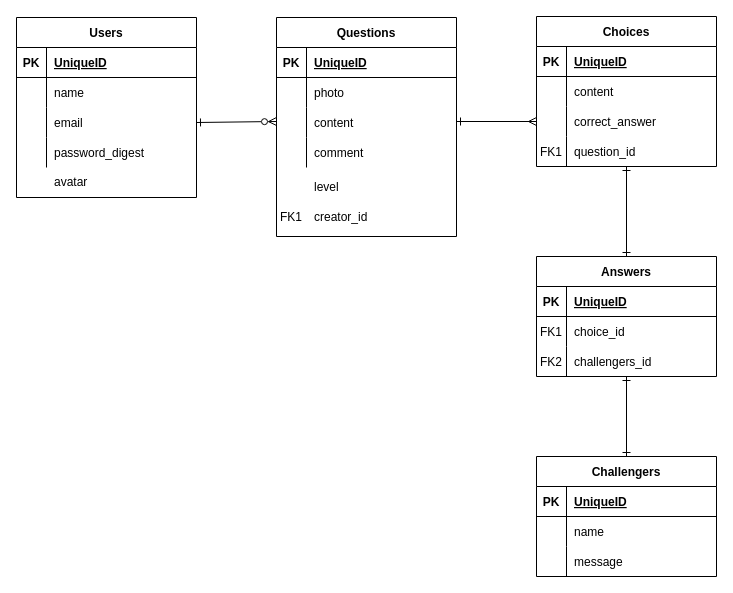
Earlier version of the draw.io diagram ER.drawio (yamashita-a420/welcome_quiz). Source tidied: cells renumbered, new cells numbered last; positions are measured from the earlier drawing's top-left corner, leaving out a move shared by most shapes. Both pictures are drawn from the tidied source at 100%, with x=0, y=0 at pixel (16, 16).
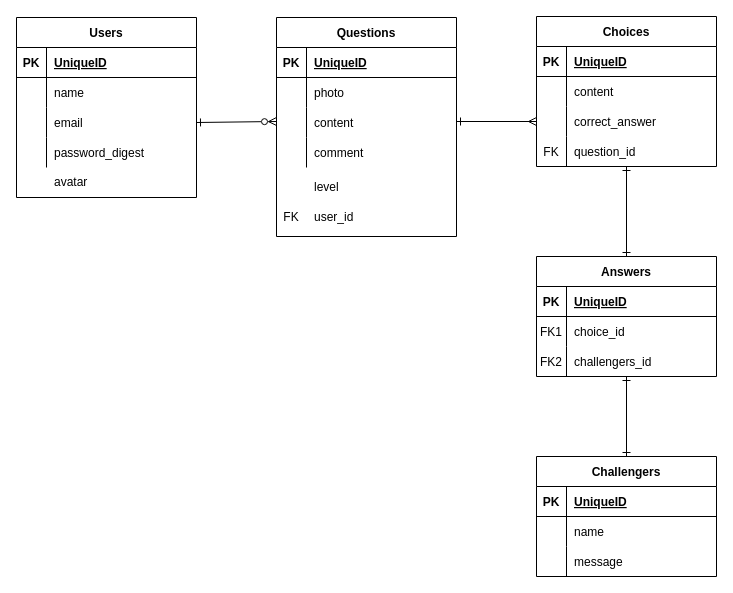
Above is the later version.

The change refers to these unchanged cells:
```xml
<mxCell id="12" style="shape=partialRectangle;fillColor=none;top=0;left=0;bottom=0;right=0;points=[[0,0.5],[1,0.5]];portConstraint=eastwest;" parent="2" vertex="1">
  <mxGeometry y="120" width="180" height="30" as="geometry" />
</mxCell>
<mxCell id="73" style="shape=partialRectangle;fillColor=none;top=0;left=0;bottom=0;right=0;" parent="56" vertex="1">
  <mxGeometry y="184" width="180" height="30" as="geometry" />
</mxCell>
```

The edit, as a diff of the source:
```diff
@@
-    <mxCell id="13" value="FK1" style="shape=partialRectangle;fillColor=none;top=0;left=0;bottom=0;right=0;overflow=hidden;" parent="12" vertex="1">
+    <mxCell id="13" value="FK" style="shape=partialRectangle;fillColor=none;top=0;left=0;bottom=0;right=0;overflow=hidden;" parent="12" vertex="1">
       <mxGeometry width="30" height="30" as="geometry" />
     </mxCell>
@@
-    <mxCell id="74" value="FK1" style="shape=partialRectangle;fillColor=none;top=0;left=0;bottom=0;right=0;overflow=hidden;" parent="73" vertex="1">
+    <mxCell id="74" value="FK" style="shape=partialRectangle;fillColor=none;top=0;left=0;bottom=0;right=0;overflow=hidden;" parent="73" vertex="1">
       <mxGeometry width="30" height="30" as="geometry" />
     </mxCell>
-    <mxCell id="75" value="creator_id" style="shape=partialRectangle;fillColor=none;top=0;left=0;bottom=0;right=0;align=left;spacingLeft=6;overflow=hidden;" parent="73" vertex="1">
+    <mxCell id="75" value="user_id" style="shape=partialRectangle;fillColor=none;top=0;left=0;bottom=0;right=0;align=left;spacingLeft=6;overflow=hidden;" parent="73" vertex="1">
       <mxGeometry x="30" width="150" height="30" as="geometry" />
     </mxCell>
```
